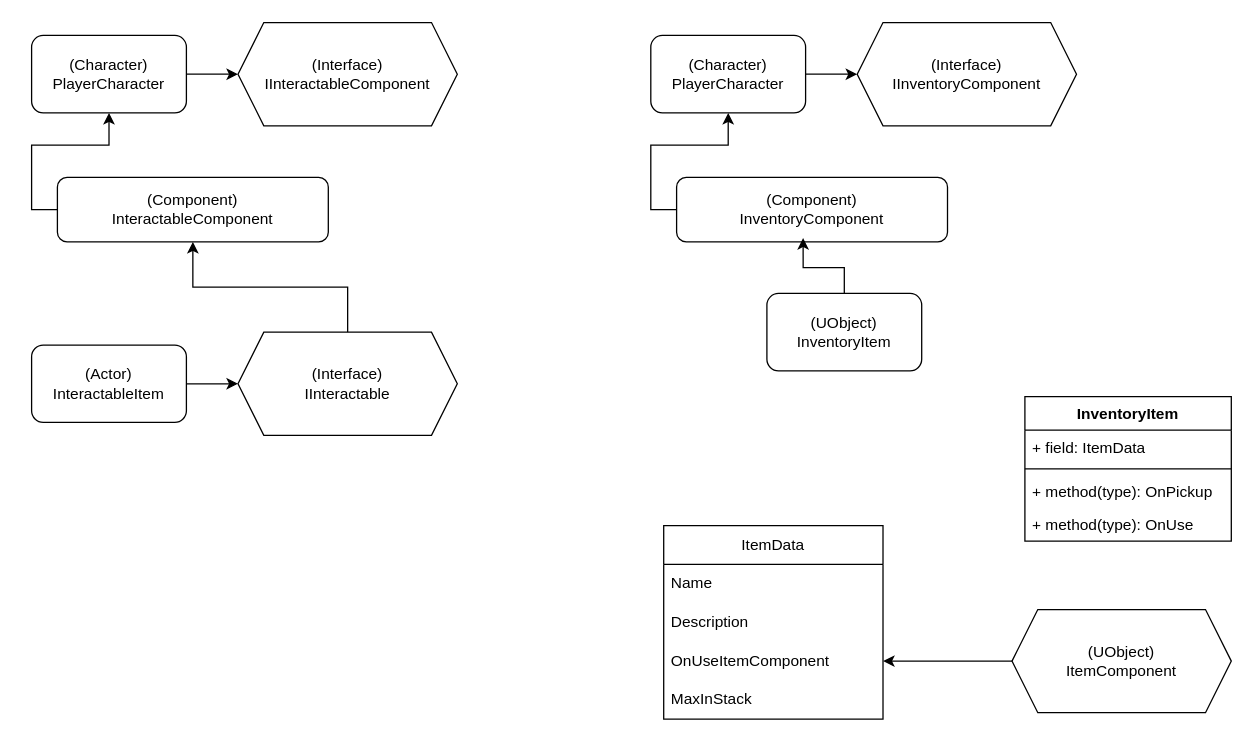
Above: ProgrammingAssigmentDiagram.drawio in twinkocat/ProgrammingAssigment_UE5 (draw.io), before the change. Source tidied: cells renumbered, new cells numbered last; positions are measured from the earlier drawing's top-left corner, leaving out a move shared by most shapes. Both pictures are drawn from the tidied source at 129%, with x=0, y=0 at pixel (31, 22).
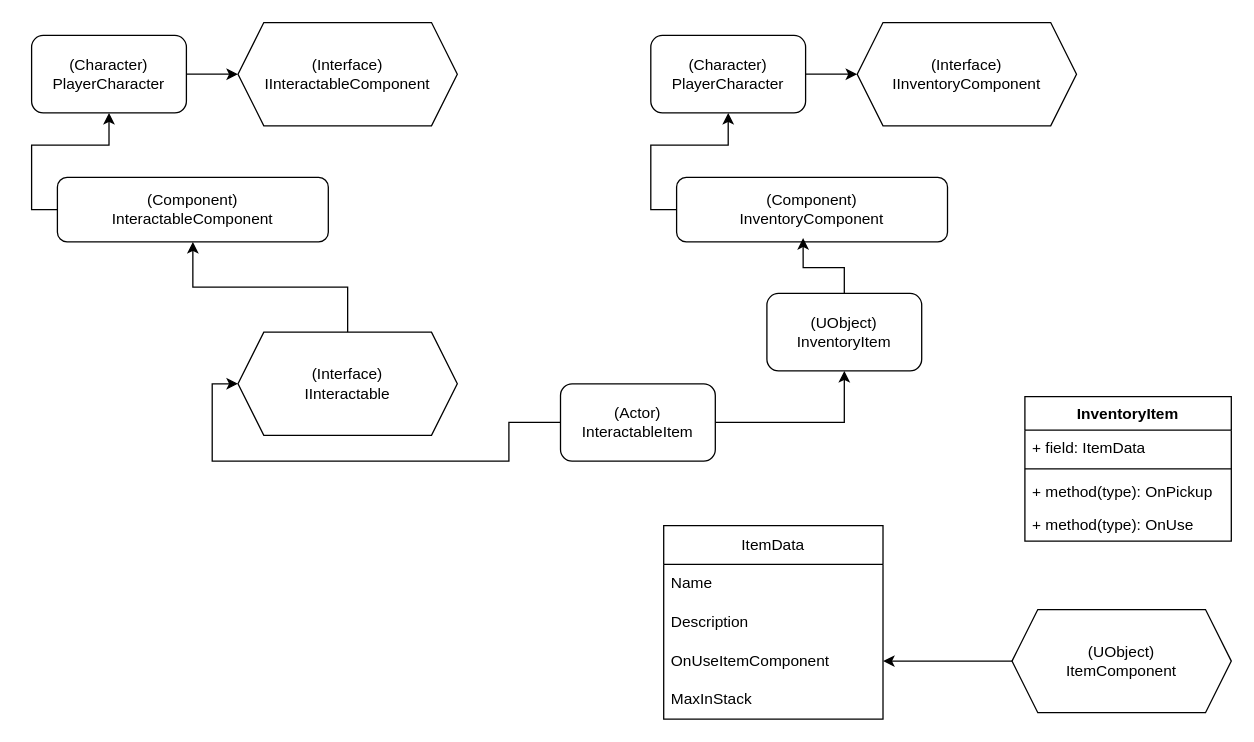
After the change.

Unchanged cells that the change refers to:
```xml
<mxCell id="18" value="(UObject)&lt;br&gt;InventoryItem" style="rounded=1;whiteSpace=wrap;html=1;" parent="1" vertex="1">
  <mxGeometry x="570" y="210" width="120" height="60" as="geometry" />
</mxCell>
```

Change to the diagram source:
```diff
@@
+    <mxCell id="30" style="edgeStyle=orthogonalEdgeStyle;rounded=0;jettySize=auto;html=1;entryX=0.5;entryY=1;entryDx=0;entryDy=0;" parent="1" edge="1" source="10" target="18">
+      <mxGeometry relative="1" as="geometry" />
+    </mxCell>
     <mxCell id="10" value="(Actor)&lt;br&gt;InteractableItem" style="rounded=1;whiteSpace=wrap;html=1;" parent="1" vertex="1">
-      <mxGeometry y="250" width="120" height="60" as="geometry" />
+      <mxGeometry x="410" y="280" width="120" height="60" as="geometry" />
     </mxCell>
```
